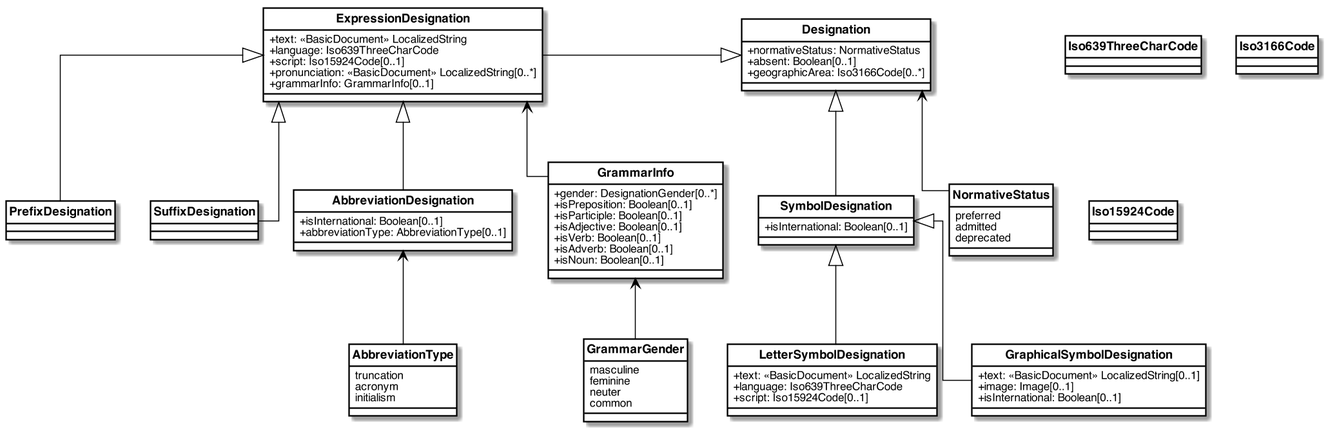
glossarist/concept-model keeps this PlantUML diagram as images/designation.png. Above is the earlier version.
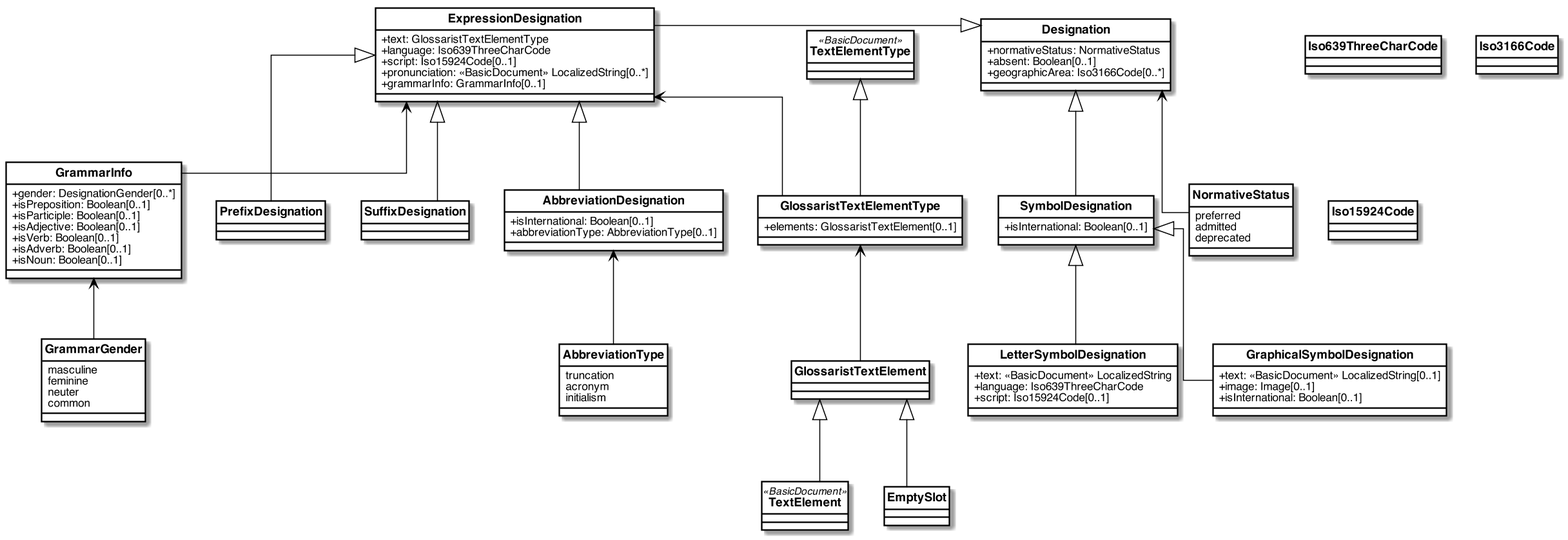
Later version of the same file.

Commit message:
Empty Slots in designation text: #11

Diff of the diagram source:
```diff
@@ -47,7 +47,7 @@
 }
 
 class ExpressionDesignation {
-  +text: <<BasicDocument>> LocalizedString
+  +text: GlossaristTextElementType
   +language: Iso639ThreeCharCode
   +script: Iso15924Code[0..1]
   +pronunciation: <<BasicDocument>> LocalizedString[0..*]
@@ -117,6 +117,22 @@
 enum Iso15924Code {
 }
 
+class TextElement <<BasicDocument>> {
+}
+
+class GlossaristTextElement {
+}
+
+class EmptySlot {
+}
+
+class TextElementType <<BasicDocument>> {
+}
+
+class GlossaristTextElementType {
+  +elements: GlossaristTextElement[0..1]
+}
+
 Designation <|-left- ExpressionDesignation
 Designation <|-- SymbolDesignation
 Designation <-- NormativeStatus
@@ -133,4 +149,11 @@
 
 GrammarInfo <-- GrammarGender
 
+TextElementType <|-- GlossaristTextElementType
+
+ExpressionDesignation <-- GlossaristTextElementType
+GlossaristTextElement <|-- TextElement
+GlossaristTextElement <|-- EmptySlot
+GlossaristTextElementType <-- GlossaristTextElement
+
 @enduml
```
